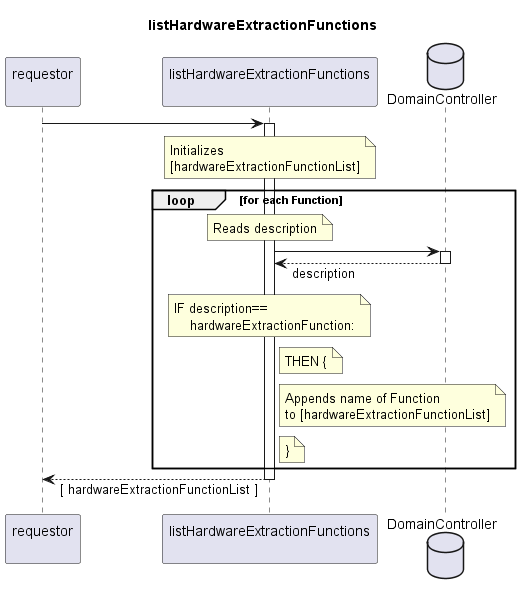
The PlantUML diagram spec/Services/listHardwareExtractionFunctions/1.0.0/listHardwareExtractionFunctions.png in openBackhaul/FirmWareManager, before a commit. Its diagram source:
```plantuml
@startuml listHardwareExtractionFunctions
skinparam responseMessageBelowArrow true

title
  listHardwareExtractionFunctions
end title

participant "requestor\n" as requestor
participant "listHardwareExtractionFunctions\n" as indServ
database "DomainController" as DC

requestor -> indServ
activate indServ

  note over indServ
    Initializes
    [hardwareExtractionFunctionList]
  end note

  loop for each Function
    note over indServ
      Reads description
    end note
    indServ -> DC
    activate DC
    indServ <-- DC: description
    deactivate DC
    note over indServ
      IF description==
          hardwareExtractionFunction:
    end note
    note right indServ
      THEN {
    end note
    note right indServ
      Appends name of Function
      to [hardwareExtractionFunctionList]
    end note
    note right indServ
      }
    end note
  end loop

requestor <-- indServ: [ hardwareExtractionFunctionList ]
deactivate indServ

@enduml
```
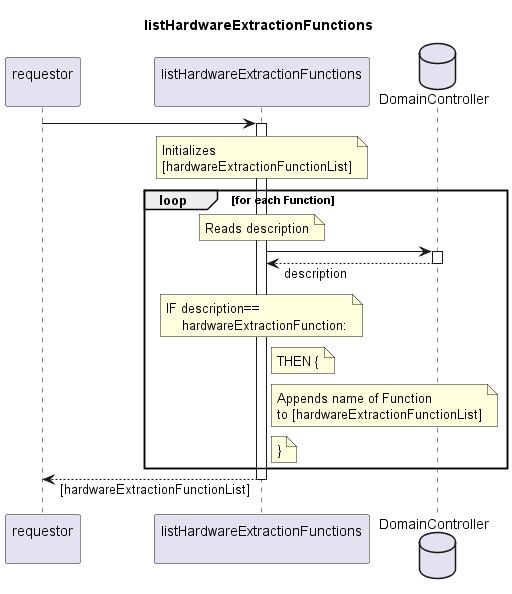
Above is the later version.

Change to the diagram source:
```diff
@@ -41,7 +41,7 @@
     end note
   end loop
 
-requestor <-- indServ: [ hardwareExtractionFunctionList ]
+requestor <-- indServ: [hardwareExtractionFunctionList]
 deactivate indServ
 
 @enduml
```
